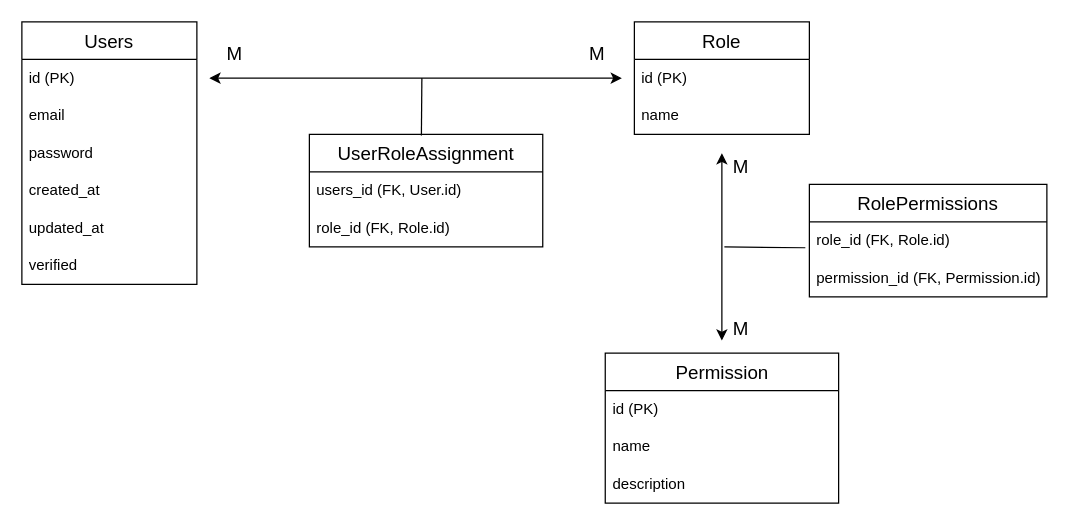
This is Base de datos/AuthService/MER AuthServiceDB.drawio from moises-ph/Nodens-documentacion, a draw.io file, before an edit. Source tidied: cells renumbered, new cells numbered last; positions are measured from the earlier drawing's top-left corner, leaving out a move shared by most shapes. Both pictures are drawn from the tidied source at 125%, with x=0, y=0 at pixel (21, 21).
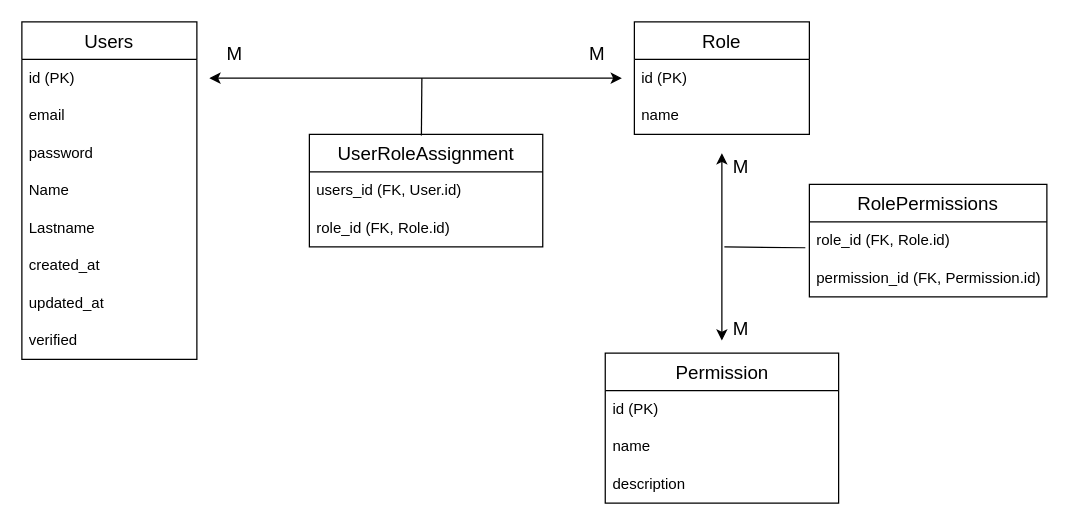
Above is the later version.

Commit message:
Correción de base de datos de autenticación

The edit, as a diff of the source:
```diff
@@
     <mxCell id="2" value="Users" style="swimlane;fontStyle=0;horizontal=1;startSize=30;whiteSpace=wrap;html=1;fontSize=15;" parent="1" vertex="1">
-      <mxGeometry width="140" height="210" as="geometry" />
+      <mxGeometry width="140" height="270" as="geometry" />
     </mxCell>
@@
+    <mxCell id="30" value="Name" style="text;strokeColor=none;fillColor=none;align=left;verticalAlign=middle;spacingLeft=4;spacingRight=4;overflow=hidden;whiteSpace=wrap;html=1;" parent="2" vertex="1">
+      <mxGeometry y="120" width="140" height="30" as="geometry" />
+    </mxCell>
+    <mxCell id="31" value="Lastname" style="text;strokeColor=none;fillColor=none;align=left;verticalAlign=middle;spacingLeft=4;spacingRight=4;overflow=hidden;whiteSpace=wrap;html=1;" parent="2" vertex="1">
+      <mxGeometry y="150" width="140" height="30" as="geometry" />
+    </mxCell>
     <mxCell id="6" value="created_at" style="text;strokeColor=none;fillColor=none;align=left;verticalAlign=middle;spacingLeft=4;spacingRight=4;overflow=hidden;whiteSpace=wrap;html=1;" parent="2" vertex="1">
-      <mxGeometry y="120" width="140" height="30" as="geometry" />
+      <mxGeometry y="180" width="140" height="30" as="geometry" />
     </mxCell>
     <mxCell id="7" value="updated_at" style="text;strokeColor=none;fillColor=none;align=left;verticalAlign=middle;spacingLeft=4;spacingRight=4;overflow=hidden;whiteSpace=wrap;html=1;" parent="2" vertex="1">
-      <mxGeometry y="150" width="140" height="30" as="geometry" />
+      <mxGeometry y="210" width="140" height="30" as="geometry" />
     </mxCell>
     <mxCell id="8" value="verified" style="text;strokeColor=none;fillColor=none;align=left;verticalAlign=middle;spacingLeft=4;spacingRight=4;overflow=hidden;whiteSpace=wrap;html=1;" parent="2" vertex="1">
-      <mxGeometry y="180" width="140" height="30" as="geometry" />
+      <mxGeometry y="240" width="140" height="30" as="geometry" />
     </mxCell>
```
